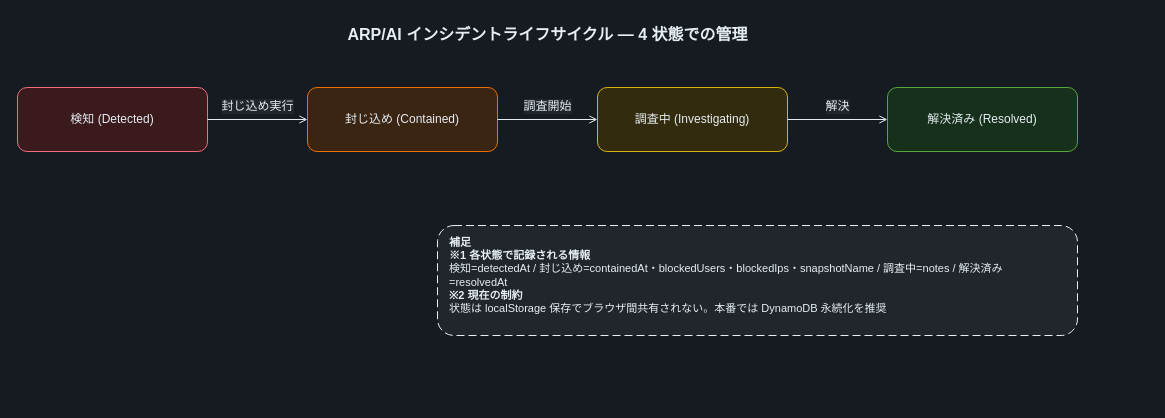
This is docs/diagrams/dark/part2-arp-incident-lifecycle.drawio from Yoshiki0705/FSx-for-ONTAP-S3AccessPoints-Serverless-Patterns, a draw.io file, before an edit. Source tidied: cells renumbered, new cells numbered last; positions are measured from the earlier drawing's top-left corner, leaving out a move shared by most shapes. Both pictures are drawn from the tidied source at 100%, with x=0, y=0 at pixel (17, 17).
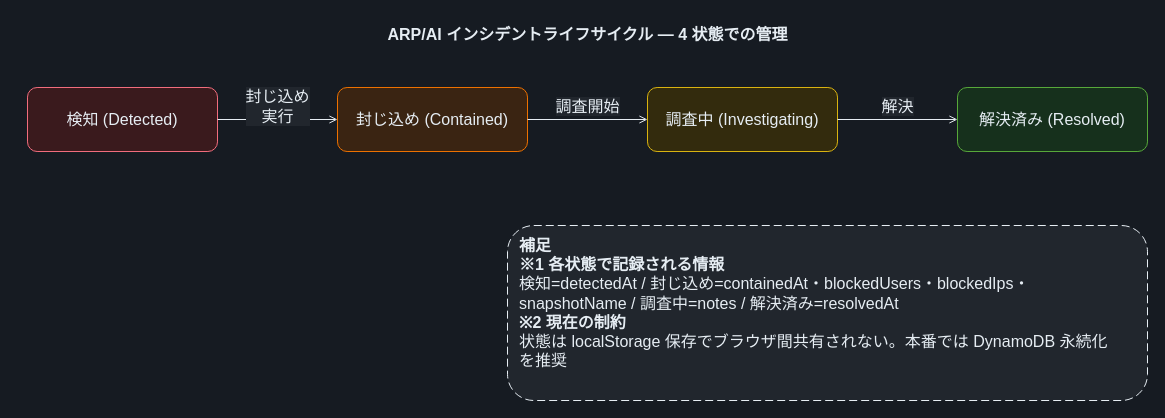
Above is the later version.

Change to the diagram source:
```diff
@@
 <mxGraphModel background="#161B22">
   <root>
     <mxCell id="0" />
     <mxCell id="1" parent="0" />
     <mxCell id="2" value="ARP/AI インシデントライフサイクル — 4 状態での管理" style="text;html=1;align=center;verticalAlign=middle;fontSize=16;fontStyle=1;fontColor=#E6EDF3;" parent="1" vertex="1">
-      <mxGeometry width="1060" height="34" as="geometry" />
+      <mxGeometry x="10" width="1120" height="34" as="geometry" />
     </mxCell>
-    <mxCell id="3" value="検知 (Detected)" style="rounded=1;whiteSpace=wrap;html=1;dashed=0;strokeColor=#F26D7D;fillColor=#3A1A1D;align=center;verticalAlign=middle;fontSize=12;fontColor=#E6EDF3;" parent="1" vertex="1">
-      <mxGeometry y="70" width="190" height="64" as="geometry" />
+    <mxCell id="3" value="検知 (Detected)" style="rounded=1;whiteSpace=wrap;html=1;dashed=0;strokeColor=#F26D7D;fillColor=#3A1A1D;align=center;verticalAlign=middle;fontSize=16;fontColor=#E6EDF3;" parent="1" vertex="1">
+      <mxGeometry x="10" y="70" width="190" height="64" as="geometry" />
     </mxCell>
-    <mxCell id="4" value="封じ込め (Contained)" style="rounded=1;whiteSpace=wrap;html=1;dashed=0;strokeColor=#ED7100;fillColor=#3A2412;align=center;verticalAlign=middle;fontSize=12;fontColor=#E6EDF3;" parent="1" vertex="1">
-      <mxGeometry x="290" y="70" width="190" height="64" as="geometry" />
+    <mxCell id="4" value="封じ込め (Contained)" style="rounded=1;whiteSpace=wrap;html=1;dashed=0;strokeColor=#ED7100;fillColor=#3A2412;align=center;verticalAlign=middle;fontSize=16;fontColor=#E6EDF3;" parent="1" vertex="1">
+      <mxGeometry x="320" y="70" width="190" height="64" as="geometry" />
     </mxCell>
-    <mxCell id="5" value="調査中 (Investigating)" style="rounded=1;whiteSpace=wrap;html=1;dashed=0;strokeColor=#D9B310;fillColor=#332B0D;align=center;verticalAlign=middle;fontSize=12;fontColor=#E6EDF3;" parent="1" vertex="1">
-      <mxGeometry x="580" y="70" width="190" height="64" as="geometry" />
+    <mxCell id="5" value="調査中 (Investigating)" style="rounded=1;whiteSpace=wrap;html=1;dashed=0;strokeColor=#D9B310;fillColor=#332B0D;align=center;verticalAlign=middle;fontSize=16;fontColor=#E6EDF3;" parent="1" vertex="1">
+      <mxGeometry x="630" y="70" width="190" height="64" as="geometry" />
     </mxCell>
-    <mxCell id="6" value="解決済み (Resolved)" style="rounded=1;whiteSpace=wrap;html=1;dashed=0;strokeColor=#57A83A;fillColor=#16301C;align=center;verticalAlign=middle;fontSize=12;fontColor=#E6EDF3;" parent="1" vertex="1">
-      <mxGeometry x="870" y="70" width="190" height="64" as="geometry" />
+    <mxCell id="6" value="解決済み (Resolved)" style="rounded=1;whiteSpace=wrap;html=1;dashed=0;strokeColor=#57A83A;fillColor=#16301C;align=center;verticalAlign=middle;fontSize=16;fontColor=#E6EDF3;" parent="1" vertex="1">
+      <mxGeometry x="940" y="70" width="190" height="64" as="geometry" />
     </mxCell>
-    <mxCell id="7" value="封じ込め実行" style="edgeStyle=orthogonalEdgeStyle;rounded=0;jettySize=auto;html=1;endArrow=open;endFill=0;strokeColor=#E6EDF3;strokeWidth=1;fontSize=12;fontColor=#E6EDF3;labelBackgroundColor=#21262D;" parent="1" edge="1" source="3" target="4">
+    <mxCell id="7" value="封じ込め&lt;br&gt;実行" style="edgeStyle=orthogonalEdgeStyle;rounded=0;jettySize=auto;html=1;endArrow=open;endFill=0;strokeColor=#E6EDF3;strokeWidth=1;fontSize=16;fontColor=#E6EDF3;labelBackgroundColor=#21262D;" parent="1" edge="1" source="3" target="4">
       <mxGeometry relative="1" as="geometry">
         <mxPoint y="-13" as="offset" />
       </mxGeometry>
     </mxCell>
-    <mxCell id="8" value="調査開始" style="edgeStyle=orthogonalEdgeStyle;rounded=0;jettySize=auto;html=1;endArrow=open;endFill=0;strokeColor=#E6EDF3;strokeWidth=1;fontSize=12;fontColor=#E6EDF3;labelBackgroundColor=#21262D;" parent="1" edge="1" source="4" target="5">
+    <mxCell id="8" value="調査開始" style="edgeStyle=orthogonalEdgeStyle;rounded=0;jettySize=auto;html=1;endArrow=open;endFill=0;strokeColor=#E6EDF3;strokeWidth=1;fontSize=16;fontColor=#E6EDF3;labelBackgroundColor=#21262D;" parent="1" edge="1" source="4" target="5">
       <mxGeometry relative="1" as="geometry">
         <mxPoint y="-13" as="offset" />
       </mxGeometry>
     </mxCell>
-    <mxCell id="9" value="解決" style="edgeStyle=orthogonalEdgeStyle;rounded=0;jettySize=auto;html=1;endArrow=open;endFill=0;strokeColor=#E6EDF3;strokeWidth=1;fontSize=12;fontColor=#E6EDF3;labelBackgroundColor=#21262D;" parent="1" edge="1" source="5" target="6">
+    <mxCell id="9" value="解決" style="edgeStyle=orthogonalEdgeStyle;rounded=0;jettySize=auto;html=1;endArrow=open;endFill=0;strokeColor=#E6EDF3;strokeWidth=1;fontSize=16;fontColor=#E6EDF3;labelBackgroundColor=#21262D;" parent="1" edge="1" source="5" target="6">
       <mxGeometry relative="1" as="geometry">
         <mxPoint y="-13" as="offset" />
       </mxGeometry>
     </mxCell>
-    <mxCell id="10" value="&lt;b&gt;補足&lt;/b&gt;&lt;br&gt;&lt;b&gt;※1 各状態で記録される情報&lt;/b&gt;&lt;br&gt;検知=detectedAt / 封じ込め=containedAt・blockedUsers・blockedIps・snapshotName / 調査中=notes / 解決済み&lt;br&gt;=resolvedAt&lt;br&gt;&lt;b&gt;※2 現在の制約&lt;/b&gt;&lt;br&gt;状態は localStorage 保存でブラウザ間共有されない。本番では DynamoDB 永続化を推奨" style="rounded=1;whiteSpace=wrap;html=1;dashed=1;dashPattern=8 4;strokeColor=#E6EDF3;fillColor=#21262D;align=left;verticalAlign=top;spacingLeft=10;spacingTop=4;fontSize=11;fontColor=#E6EDF3;" parent="1" vertex="1">
-      <mxGeometry x="420" y="208" width="640" height="110" as="geometry" />
+    <mxCell id="10" value="&lt;b&gt;補足&lt;/b&gt;&lt;br&gt;&lt;b&gt;※1 各状態で記録される情報&lt;/b&gt;&lt;br&gt;検知=detectedAt / 封じ込め=containedAt・blockedUsers・blockedIps・&lt;br&gt;snapshotName / 調査中=notes / 解決済み=resolvedAt&lt;br&gt;&lt;b&gt;※2 現在の制約&lt;/b&gt;&lt;br&gt;状態は localStorage 保存でブラウザ間共有されない。本番では DynamoDB 永続化&lt;br&gt;を推奨" style="rounded=1;whiteSpace=wrap;html=1;dashed=1;dashPattern=8 4;strokeColor=#E6EDF3;fillColor=#21262D;align=left;verticalAlign=top;spacingLeft=10;spacingTop=4;fontSize=16;fontColor=#E6EDF3;" parent="1" vertex="1">
+      <mxGeometry x="490" y="208" width="640" height="175" as="geometry" />
     </mxCell>
   </root>
 </mxGraphModel>
```
